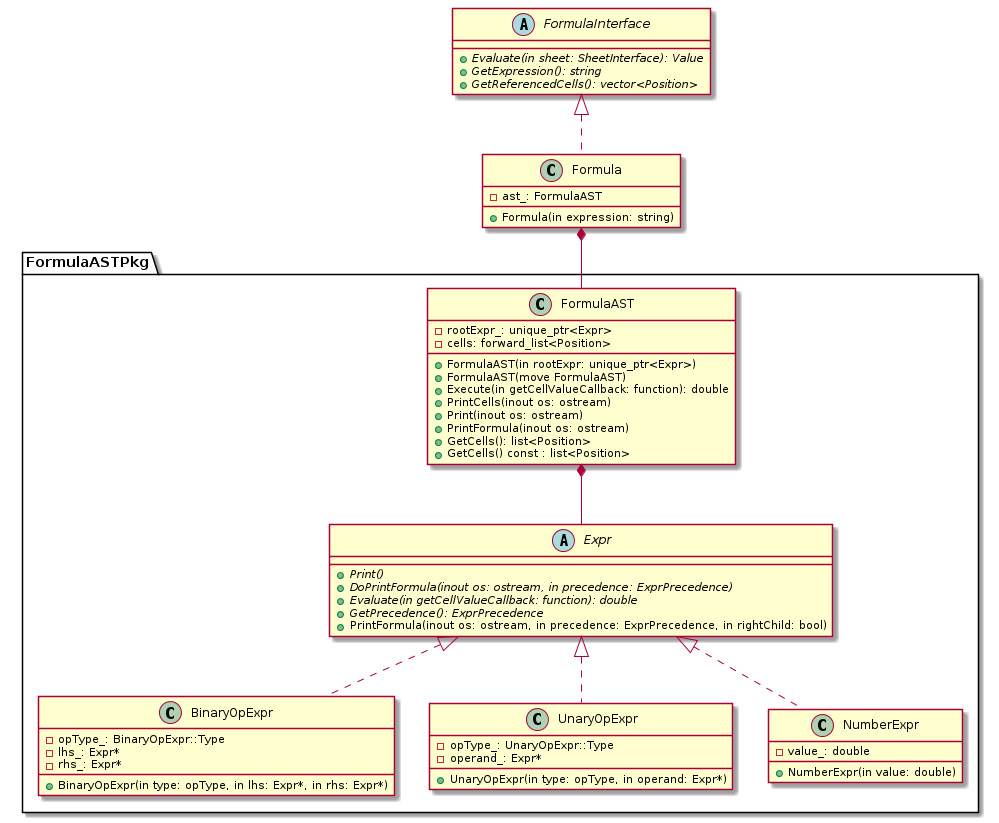
Before: uml/png/formula.png, a diagram exported from PlantUML (kazarynau/YandexPraktikumFinal).
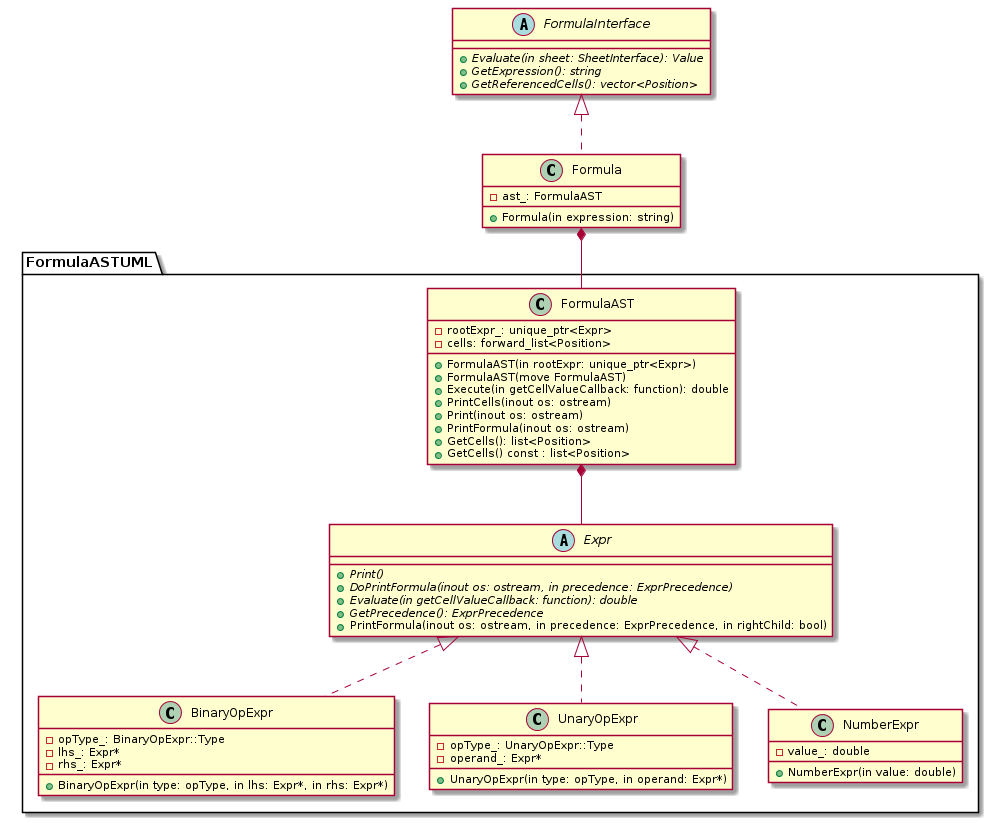
The same diagram one commit later.

What changed in the source:
```diff
@@ -1,6 +1,6 @@
 @startuml
 
-package FormulaASTPkg {
+package FormulaASTUML {
 
 abstract class Expr {
     +{abstract} Print()
```
